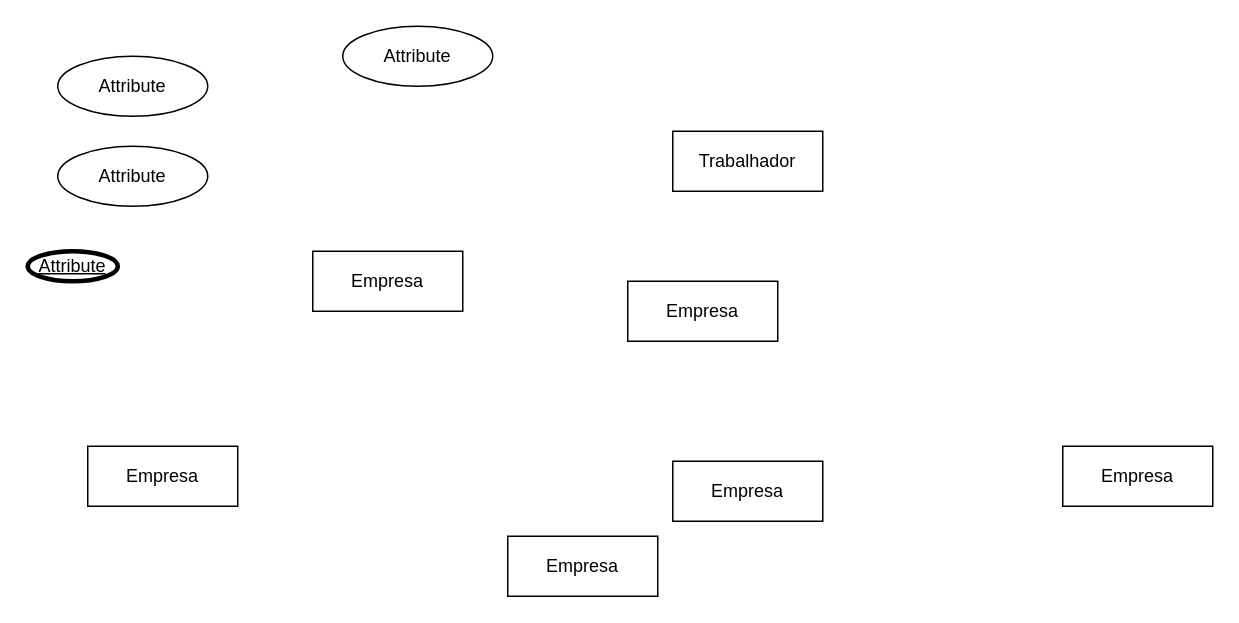
The draw.io diagram Diagrama sem nome.drawio in Igao2/Igao2, before the edit. Source tidied: cells renumbered, new cells numbered last; positions are measured from the earlier drawing's top-left corner, leaving out a move shared by most shapes. Both pictures are drawn from the tidied source at 150%, with x=0, y=0 at pixel (27, 26).
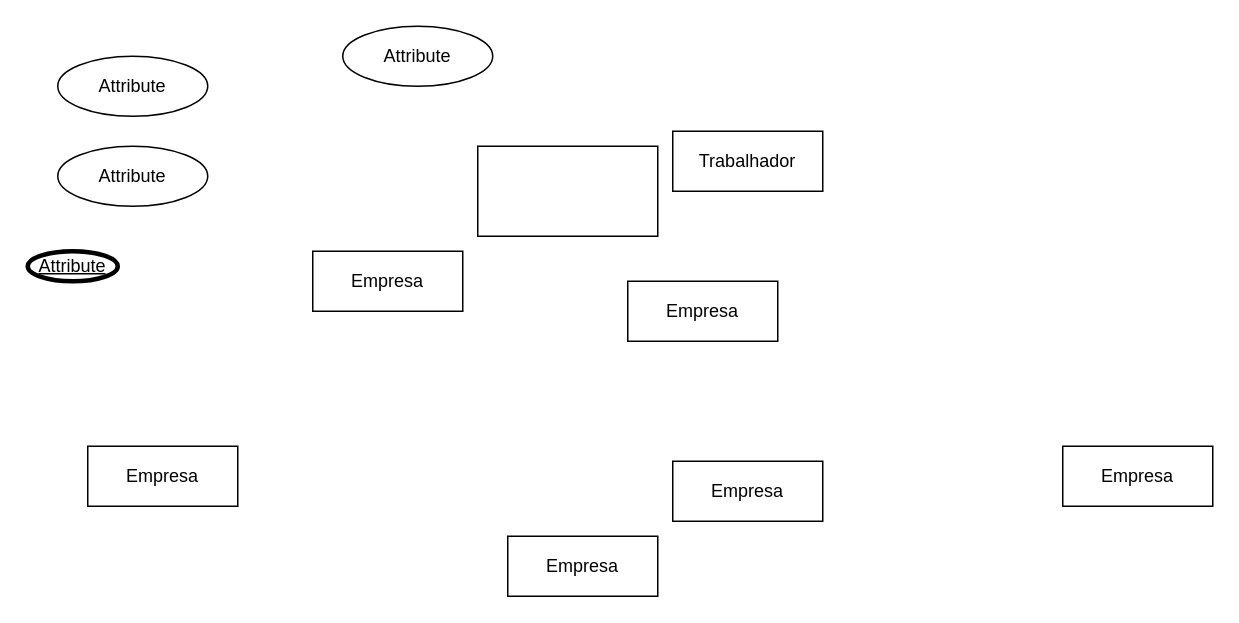
After the change.

Diff of the diagram source:
```diff
@@
 <mxGraphModel>
   <root>
     <mxCell id="0" />
     <mxCell id="1" parent="0" />
     <mxCell id="2" value="Empresa&lt;br&gt;" style="whiteSpace=wrap;html=1;align=center;" parent="1" vertex="1">
       <mxGeometry x="190" y="150" width="100" height="40" as="geometry" />
     </mxCell>
     <mxCell id="3" value="Attribute" style="ellipse;whiteSpace=wrap;html=1;align=center;" parent="1" vertex="1">
       <mxGeometry x="210" width="100" height="40" as="geometry" />
     </mxCell>
     <mxCell id="4" value="Attribute" style="ellipse;whiteSpace=wrap;html=1;align=center;" parent="1" vertex="1">
       <mxGeometry x="20" y="20" width="100" height="40" as="geometry" />
     </mxCell>
     <mxCell id="5" value="Attribute" style="ellipse;whiteSpace=wrap;html=1;align=center;" parent="1" vertex="1">
       <mxGeometry x="20" y="80" width="100" height="40" as="geometry" />
     </mxCell>
     <mxCell id="6" value="Attribute" style="ellipse;whiteSpace=wrap;html=1;align=center;fontStyle=4;strokeWidth=3;" parent="1" vertex="1">
       <mxGeometry y="150" width="60" height="20" as="geometry" />
     </mxCell>
     <mxCell id="7" value="Empresa&lt;br&gt;" style="whiteSpace=wrap;html=1;align=center;" parent="1" vertex="1">
       <mxGeometry x="400" y="170" width="100" height="40" as="geometry" />
     </mxCell>
     <mxCell id="8" value="Empresa&lt;br&gt;" style="whiteSpace=wrap;html=1;align=center;" parent="1" vertex="1">
       <mxGeometry x="430" y="290" width="100" height="40" as="geometry" />
     </mxCell>
     <mxCell id="9" value="Empresa&lt;br&gt;" style="whiteSpace=wrap;html=1;align=center;" parent="1" vertex="1">
       <mxGeometry x="320" y="340" width="100" height="40" as="geometry" />
     </mxCell>
     <mxCell id="10" value="Trabalhador&lt;br&gt;" style="whiteSpace=wrap;html=1;align=center;" parent="1" vertex="1">
       <mxGeometry x="430" y="70" width="100" height="40" as="geometry" />
     </mxCell>
     <mxCell id="11" value="Empresa&lt;br&gt;" style="whiteSpace=wrap;html=1;align=center;" parent="1" vertex="1">
       <mxGeometry x="690" y="280" width="100" height="40" as="geometry" />
     </mxCell>
     <mxCell id="12" value="Empresa&lt;br&gt;" style="whiteSpace=wrap;html=1;align=center;" parent="1" vertex="1">
       <mxGeometry x="40" y="280" width="100" height="40" as="geometry" />
     </mxCell>
+    <mxCell id="13" style="rounded=0;whiteSpace=wrap;html=1;" parent="1" vertex="1">
+      <mxGeometry x="300" y="80" width="120" height="60" as="geometry" />
+    </mxCell>
   </root>
 </mxGraphModel>
```
